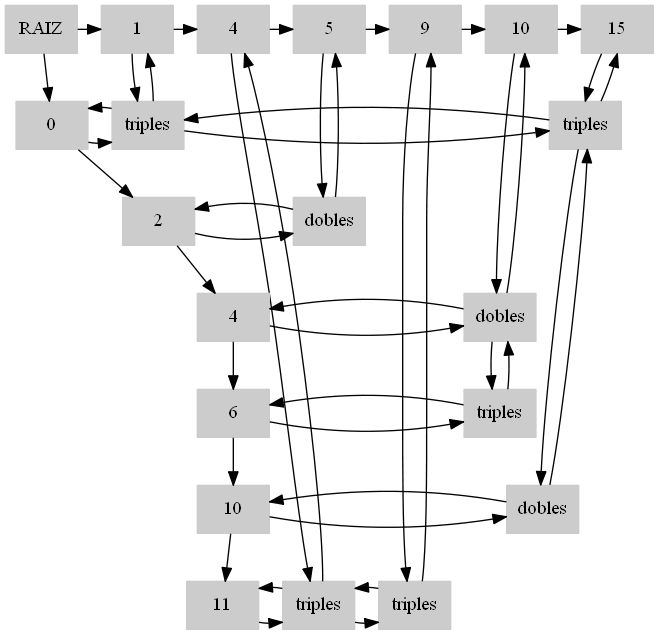
The Graphviz diagram RepMatriz.png in loumisha96/EDD_1S2020_PY1_201602935, before a commit. Its source is kept beside it as RepMatriz.dot. Source of this version:
```dot
digraph G {
node[shape=box, style=filled, color = Gray80];
edge[color=black]
rankdir=UD
{rank = same;-1,C1,C4,C5,C9,C10,C15};
-1[label="RAIZ"];
-1->C1
C1[label="1"];
C4[label="4"];
C5[label="5"];
C9[label="9"];
C10[label="10"];
C15[label="15"];
C1->C4->C5->C9->C10->C15
-1->F0
F0[label="0"];
F2[label="2"];
F4[label="4"];
F6[label="6"];
F10[label="10"];
F11[label="11"];
F0->F2->F4->F6->F10->F11
01[label="triples"];
015[label="triples"];
25[label="dobles"];
410[label="dobles"];
610[label="triples"];
1015[label="dobles"];
114[label="triples"];
119[label="triples"];
F0->01
F2->25
F4->410
F6->610
F10->1015
F11->114
01[label="triples"];
114[label="triples"];
25[label="dobles"];
119[label="triples"];
410[label="dobles"];
610[label="triples"];
015[label="triples"];
1015[label="dobles"];
C1->01
C4->114
C5->25
C9->119
C10->410
C15->015
{rank = same;F0,01,015};
{rank = same;F2,25};
{rank = same;F4,410};
{rank = same;F6,610};
{rank = same;F10,1015};
{rank = same;F11,114,119};
{rank = main;C1,01};
{rank = main;C4,114};
{rank = main;C5,25};
{rank = main;C9,119};
{rank = main;C10,410,610};
{rank = main;C15,015,1015};
01->015
01->F0
015->01

25
25->F2

410
410->F4

610
610->F6

1015
1015->F10

114->119
114->F11
119->114

01->C1
01

114->C4
114

25->C5
25

119->C9
119

410->C10
410->610
610->410

015->C15
015->1015
1015->015


}
```
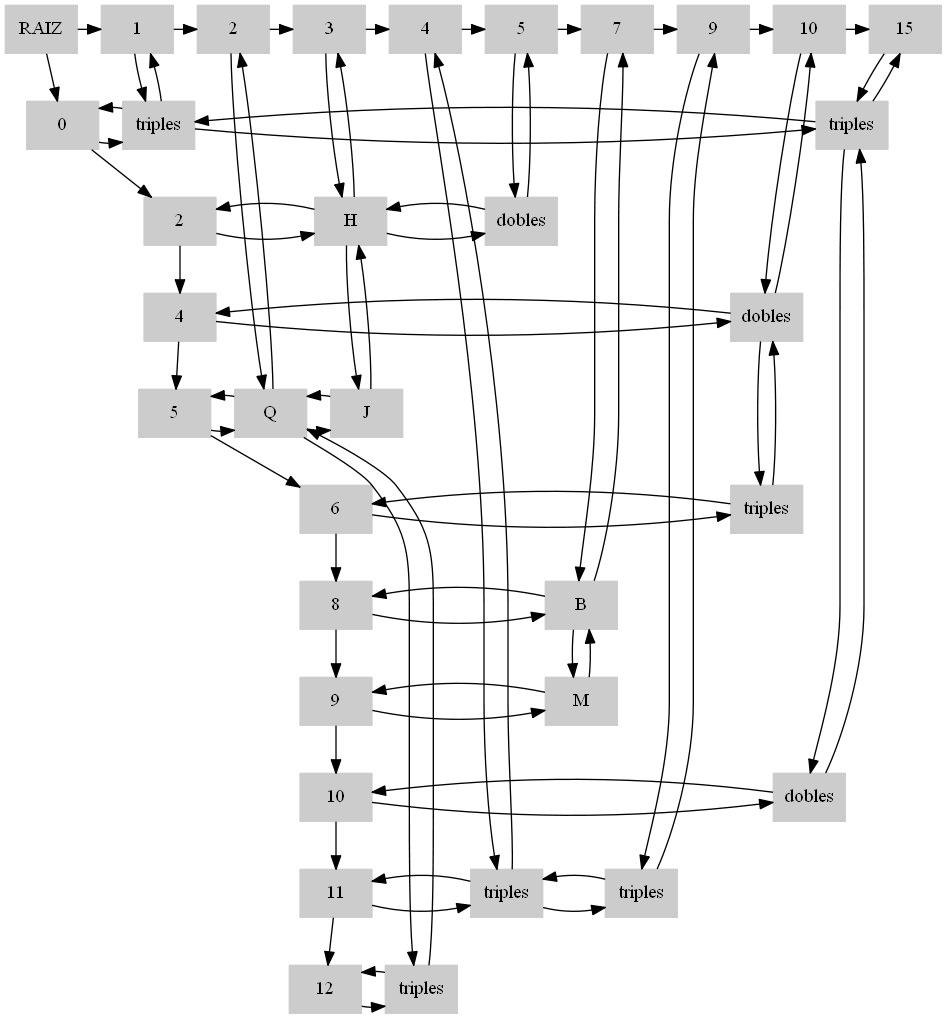
The same file after the commit.

What changed in the source:
```diff
@@ -2,61 +2,94 @@
 node[shape=box, style=filled, color = Gray80];
 edge[color=black]
 rankdir=UD
-{rank = same;-1,C1,C4,C5,C9,C10,C15};
+{rank = same;-1,C1,C2,C3,C4,C5,C7,C9,C10,C15};
 -1[label="RAIZ"];
 -1->C1
 C1[label="1"];
+C2[label="2"];
+C3[label="3"];
 C4[label="4"];
 C5[label="5"];
+C7[label="7"];
 C9[label="9"];
 C10[label="10"];
 C15[label="15"];
-C1->C4->C5->C9->C10->C15
+C1->C2->C3->C4->C5->C7->C9->C10->C15
 -1->F0
 F0[label="0"];
 F2[label="2"];
 F4[label="4"];
+F5[label="5"];
 F6[label="6"];
+F8[label="8"];
+F9[label="9"];
 F10[label="10"];
 F11[label="11"];
-F0->F2->F4->F6->F10->F11
+F12[label="12"];
+F0->F2->F4->F5->F6->F8->F9->F10->F11->F12
 01[label="triples"];
 015[label="triples"];
+23[label="H"];
 25[label="dobles"];
 410[label="dobles"];
+52[label="Q"];
+53[label="J"];
 610[label="triples"];
+87[label="B"];
+97[label="M"];
 1015[label="dobles"];
 114[label="triples"];
 119[label="triples"];
+122[label="triples"];
 F0->01
-F2->25
+F2->23
 F4->410
+F5->52
 F6->610
+F8->87
+F9->97
 F10->1015
 F11->114
+F12->122
 01[label="triples"];
+52[label="Q"];
+122[label="triples"];
+23[label="H"];
+53[label="J"];
 114[label="triples"];
 25[label="dobles"];
+87[label="B"];
+97[label="M"];
 119[label="triples"];
 410[label="dobles"];
 610[label="triples"];
 015[label="triples"];
 1015[label="dobles"];
 C1->01
+C2->52
+C3->23
 C4->114
 C5->25
+C7->87
 C9->119
 C10->410
 C15->015
 {rank = same;F0,01,015};
-{rank = same;F2,25};
+{rank = same;F2,23,25};
 {rank = same;F4,410};
+{rank = same;F5,52,53};
 {rank = same;F6,610};
+{rank = same;F8,87};
+{rank = same;F9,97};
 {rank = same;F10,1015};
 {rank = same;F11,114,119};
+{rank = same;F12,122};
 {rank = main;C1,01};
+{rank = main;C2,52,122};
+{rank = main;C3,23,53};
 {rank = main;C4,114};
 {rank = main;C5,25};
+{rank = main;C7,87,97};
 {rank = main;C9,119};
 {rank = main;C10,410,610};
 {rank = main;C15,015,1015};
@@ -64,14 +97,25 @@
 01->F0
 015->01
 
-25
-25->F2
+23->25
+23->F2
+25->23
 
 410
 410->F4
 
+52->53
+52->F5
+53->52
+
 610
 610->F6
+
+87
+87->F8
+
+97
+97->F9
 
 1015
 1015->F10
@@ -80,14 +124,29 @@
 114->F11
 119->114
 
+122
+122->F12
+
 01->C1
 01
+
+52->C2
+52->122
+122->52
+
+23->C3
+23->53
+53->23
 
 114->C4
 114
 
 25->C5
 25
+
+87->C7
+87->97
+97->87
 
 119->C9
 119
```
